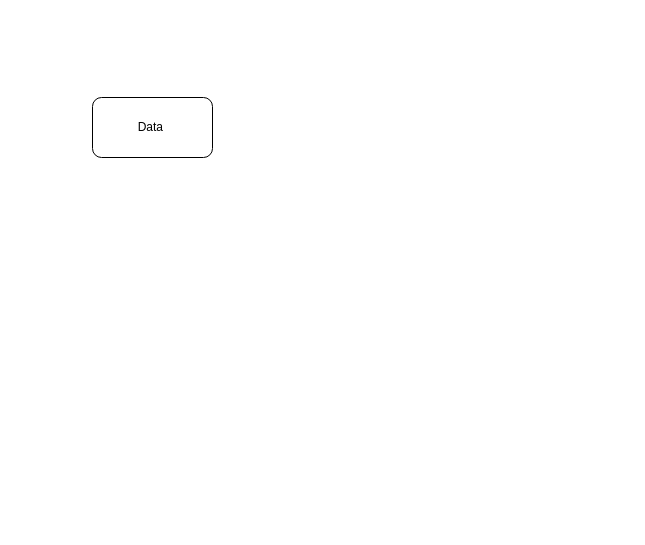
The draw.io diagram page "Datawarehouse" (1 of 2) of Data Engineering/Data_warehouse.drawio in jdalfons/learning-diagrams, before the edit. Source tidied: cells renumbered, new cells numbered last; positions are measured from the earlier drawing's top-left corner, leaving out a move shared by most shapes. Both pictures are drawn from the tidied source at 100%, with x=0, y=0 at pixel (92, 97).
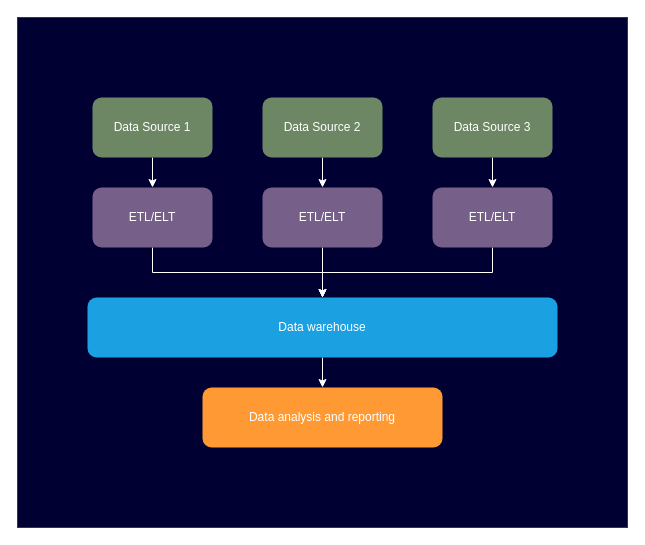
The same diagram, later.

What changed in the source:
```diff
@@
 <mxGraphModel>
   <root>
     <mxCell id="0" />
     <mxCell id="1" parent="0" />
+    <mxCell id="3" style="rounded=0;whiteSpace=wrap;html=1;fillColor=#000033;fontColor=#ffffff;strokeColor=#432D57;" parent="1" vertex="1">
+      <mxGeometry x="-75" y="-80" width="610" height="510" as="geometry" />
+    </mxCell>
+    <mxCell id="4" style="edgeStyle=orthogonalEdgeStyle;rounded=0;jettySize=auto;html=1;strokeColor=#FFFFFF;" parent="1" edge="1" source="2" target="10">
+      <mxGeometry relative="1" as="geometry" />
+    </mxCell>
-    <mxCell id="2" value="Data&amp;nbsp;" style="rounded=1;whiteSpace=wrap;html=1;" parent="1" vertex="1">
+    <mxCell id="2" value="Data Source 1" style="rounded=1;whiteSpace=wrap;html=1;fillColor=#6d8764;strokeColor=none;fontColor=#ffffff;" parent="1" vertex="1">
       <mxGeometry width="120" height="60" as="geometry" />
     </mxCell>
+    <mxCell id="5" style="edgeStyle=orthogonalEdgeStyle;rounded=0;jettySize=auto;html=1;entryX=0.5;entryY=0;entryDx=0;entryDy=0;strokeColor=#FFFFFF;" parent="1" edge="1" source="6" target="14">
+      <mxGeometry relative="1" as="geometry" />
+    </mxCell>
+    <mxCell id="6" value="Data Source 2" style="rounded=1;whiteSpace=wrap;html=1;fillColor=#6d8764;strokeColor=none;fontColor=#ffffff;" parent="1" vertex="1">
+      <mxGeometry x="170" width="120" height="60" as="geometry" />
+    </mxCell>
+    <mxCell id="7" style="edgeStyle=orthogonalEdgeStyle;rounded=0;jettySize=auto;html=1;entryX=0.5;entryY=0;entryDx=0;entryDy=0;strokeColor=#FFFFFF;" parent="1" edge="1" source="8" target="12">
+      <mxGeometry relative="1" as="geometry" />
+    </mxCell>
+    <mxCell id="8" value="Data Source 3" style="rounded=1;whiteSpace=wrap;html=1;fillColor=#6d8764;strokeColor=none;fontColor=#ffffff;" parent="1" vertex="1">
+      <mxGeometry x="340" width="120" height="60" as="geometry" />
+    </mxCell>
+    <mxCell id="9" style="edgeStyle=orthogonalEdgeStyle;rounded=0;jettySize=auto;html=1;entryX=0.5;entryY=0;entryDx=0;entryDy=0;strokeColor=#FFFFFF;" parent="1" edge="1" source="10" target="16">
+      <mxGeometry relative="1" as="geometry" />
+    </mxCell>
+    <mxCell id="10" value="ETL/ELT" style="rounded=1;whiteSpace=wrap;html=1;fillColor=#76608a;fontColor=#ffffff;strokeColor=none;" parent="1" vertex="1">
+      <mxGeometry y="90" width="120" height="60" as="geometry" />
+    </mxCell>
+    <mxCell id="11" style="edgeStyle=orthogonalEdgeStyle;rounded=0;jettySize=auto;html=1;strokeColor=#FFFFFF;" parent="1" edge="1" source="12" target="16">
+      <mxGeometry relative="1" as="geometry" />
+    </mxCell>
+    <mxCell id="12" value="ETL/ELT" style="rounded=1;whiteSpace=wrap;html=1;fillColor=#76608a;fontColor=#ffffff;strokeColor=none;" parent="1" vertex="1">
+      <mxGeometry x="340" y="90" width="120" height="60" as="geometry" />
+    </mxCell>
+    <mxCell id="13" style="edgeStyle=orthogonalEdgeStyle;rounded=0;jettySize=auto;html=1;strokeColor=#FFFFFF;" parent="1" edge="1" source="14" target="16">
+      <mxGeometry relative="1" as="geometry" />
+    </mxCell>
+    <mxCell id="14" value="ETL/ELT" style="rounded=1;whiteSpace=wrap;html=1;fillColor=#76608a;fontColor=#ffffff;strokeColor=none;" parent="1" vertex="1">
+      <mxGeometry x="170" y="90" width="120" height="60" as="geometry" />
+    </mxCell>
+    <mxCell id="15" style="edgeStyle=orthogonalEdgeStyle;rounded=0;jettySize=auto;html=1;strokeColor=#FFFFFF;" parent="1" edge="1" source="16" target="17">
+      <mxGeometry relative="1" as="geometry" />
+    </mxCell>
+    <mxCell id="16" value="Data warehouse" style="rounded=1;whiteSpace=wrap;html=1;fillColor=#1ba1e2;fontColor=#ffffff;strokeColor=none;" parent="1" vertex="1">
+      <mxGeometry x="-5" y="200" width="470" height="60" as="geometry" />
+    </mxCell>
+    <mxCell id="17" value="Data analysis and reporting" style="rounded=1;whiteSpace=wrap;html=1;fillColor=#FF9933;fontColor=#FFFFFF;strokeColor=none;" parent="1" vertex="1">
+      <mxGeometry x="110" y="290" width="240" height="60" as="geometry" />
+    </mxCell>
   </root>
 </mxGraphModel>
```
